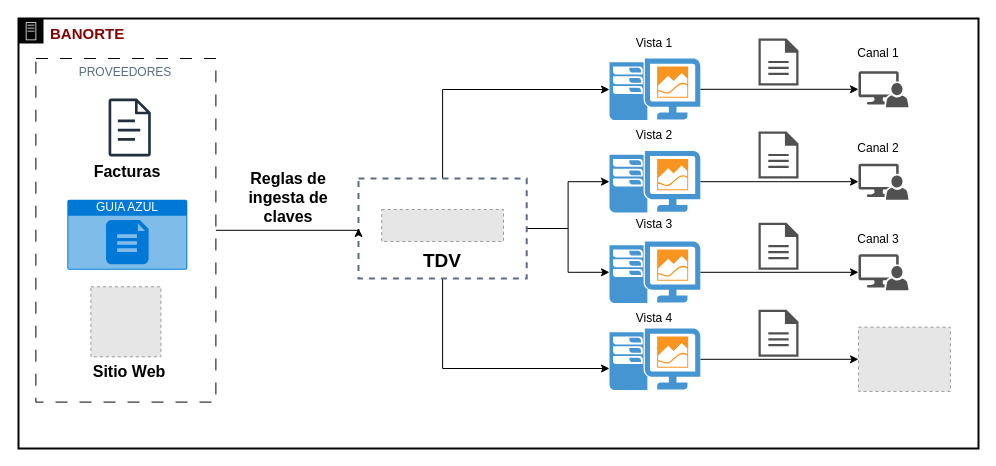
Before: CatalogoAutos.drawio in endoeca2/Diagramas, a draw.io diagram. Source tidied: cells renumbered, new cells numbered last; positions are measured from the earlier drawing's top-left corner, leaving out a move shared by most shapes. Both pictures are drawn from the tidied source at 100%, with x=0, y=0 at pixel (18, 18). Pictures stored in the file or linked from it are replaced by grey dashed boxes.
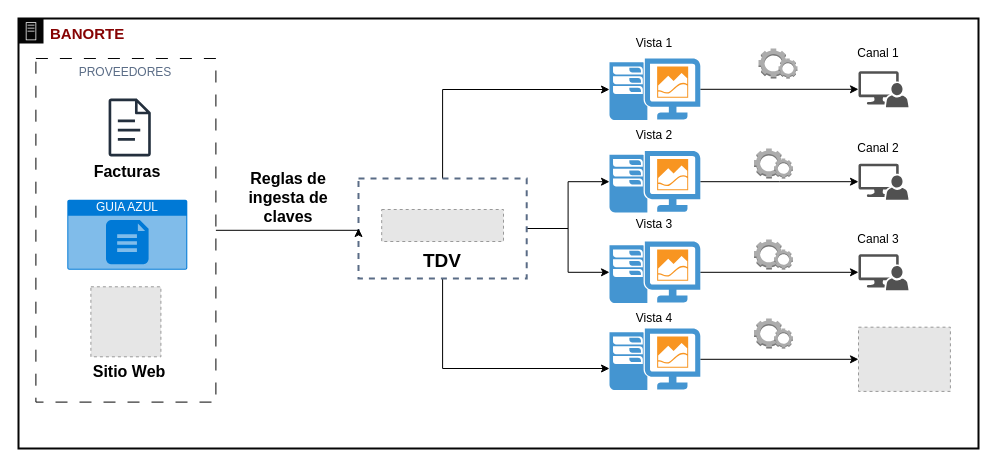
The same page after the edit.

Unchanged cells that the change refers to:
```xml
<mxCell id="2" value="&lt;b&gt;&lt;font color=&quot;#860303&quot; style=&quot;font-size: 15px;&quot;&gt;BANORTE&lt;/font&gt;&lt;/b&gt;" style="gradientColor=none;html=1;whiteSpace=wrap;fontSize=12;fontStyle=0;shape=mxgraph.aws4.group;grIcon=mxgraph.aws4.group_on_premise;strokeColor=#050505;fillColor=none;verticalAlign=top;align=left;spacingLeft=30;fontColor=#5A6C86;dashed=0;strokeWidth=2;" parent="1" vertex="1">
  <mxGeometry width="960" height="430" as="geometry" />
</mxCell>
```

Change to the diagram source:
```diff
@@
-    <mxCell id="37" style="sketch=0;shadow=0;dashed=0;html=1;strokeColor=none;fillColor=#505050;labelPosition=center;verticalLabelPosition=bottom;verticalAlign=top;align=center;shape=mxgraph.office.concepts.document;" parent="2" vertex="1">
-      <mxGeometry x="740" y="20" width="40" height="47" as="geometry" />
-    </mxCell>
-    <mxCell id="38" style="sketch=0;shadow=0;dashed=0;html=1;strokeColor=none;fillColor=#505050;labelPosition=center;verticalLabelPosition=bottom;verticalAlign=top;align=center;shape=mxgraph.office.concepts.document;" parent="2" vertex="1">
-      <mxGeometry x="740" y="113" width="40" height="47" as="geometry" />
-    </mxCell>
-    <mxCell id="39" style="sketch=0;shadow=0;dashed=0;html=1;strokeColor=none;fillColor=#505050;labelPosition=center;verticalLabelPosition=bottom;verticalAlign=top;align=center;shape=mxgraph.office.concepts.document;" parent="2" vertex="1">
-      <mxGeometry x="740" y="204.2" width="40" height="47" as="geometry" />
-    </mxCell>
-    <mxCell id="40" style="sketch=0;shadow=0;dashed=0;html=1;strokeColor=none;fillColor=#505050;labelPosition=center;verticalLabelPosition=bottom;verticalAlign=top;align=center;shape=mxgraph.office.concepts.document;" parent="2" vertex="1">
-      <mxGeometry x="740" y="291.3" width="40" height="47" as="geometry" />
-    </mxCell>
+    <mxCell id="41" style="dashed=0;verticalLabelPosition=bottom;verticalAlign=top;align=center;html=1;shape=mxgraph.aws3.human_intelligence_tasks_hit;fillColor=#ACACAC;gradientColor=none;" parent="2" vertex="1">
+      <mxGeometry x="740" y="30" width="30" height="30" as="geometry" />
+    </mxCell>
+    <mxCell id="42" style="dashed=0;verticalLabelPosition=bottom;verticalAlign=top;align=center;html=1;shape=mxgraph.aws3.human_intelligence_tasks_hit;fillColor=#ACACAC;gradientColor=none;" parent="2" vertex="1">
+      <mxGeometry x="760" y="40" width="19" height="20" as="geometry" />
+    </mxCell>
+    <mxCell id="43" style="dashed=0;verticalLabelPosition=bottom;verticalAlign=top;align=center;html=1;shape=mxgraph.aws3.human_intelligence_tasks_hit;fillColor=#ACACAC;gradientColor=none;" parent="2" vertex="1">
+      <mxGeometry x="735.5" y="130" width="30" height="30" as="geometry" />
+    </mxCell>
+    <mxCell id="44" style="dashed=0;verticalLabelPosition=bottom;verticalAlign=top;align=center;html=1;shape=mxgraph.aws3.human_intelligence_tasks_hit;fillColor=#ACACAC;gradientColor=none;" parent="2" vertex="1">
+      <mxGeometry x="755.5" y="140" width="19" height="20" as="geometry" />
+    </mxCell>
+    <mxCell id="45" style="dashed=0;verticalLabelPosition=bottom;verticalAlign=top;align=center;html=1;shape=mxgraph.aws3.human_intelligence_tasks_hit;fillColor=#ACACAC;gradientColor=none;" parent="2" vertex="1">
+      <mxGeometry x="735.5" y="221" width="30" height="30" as="geometry" />
+    </mxCell>
+    <mxCell id="46" style="dashed=0;verticalLabelPosition=bottom;verticalAlign=top;align=center;html=1;shape=mxgraph.aws3.human_intelligence_tasks_hit;fillColor=#ACACAC;gradientColor=none;" parent="2" vertex="1">
+      <mxGeometry x="755.5" y="231" width="19" height="20" as="geometry" />
+    </mxCell>
+    <mxCell id="47" style="dashed=0;verticalLabelPosition=bottom;verticalAlign=top;align=center;html=1;shape=mxgraph.aws3.human_intelligence_tasks_hit;fillColor=#ACACAC;gradientColor=none;" parent="2" vertex="1">
+      <mxGeometry x="735.5" y="300" width="30" height="30" as="geometry" />
+    </mxCell>
+    <mxCell id="48" style="dashed=0;verticalLabelPosition=bottom;verticalAlign=top;align=center;html=1;shape=mxgraph.aws3.human_intelligence_tasks_hit;fillColor=#ACACAC;gradientColor=none;" parent="2" vertex="1">
+      <mxGeometry x="755.5" y="310" width="19" height="20" as="geometry" />
+    </mxCell>
```
